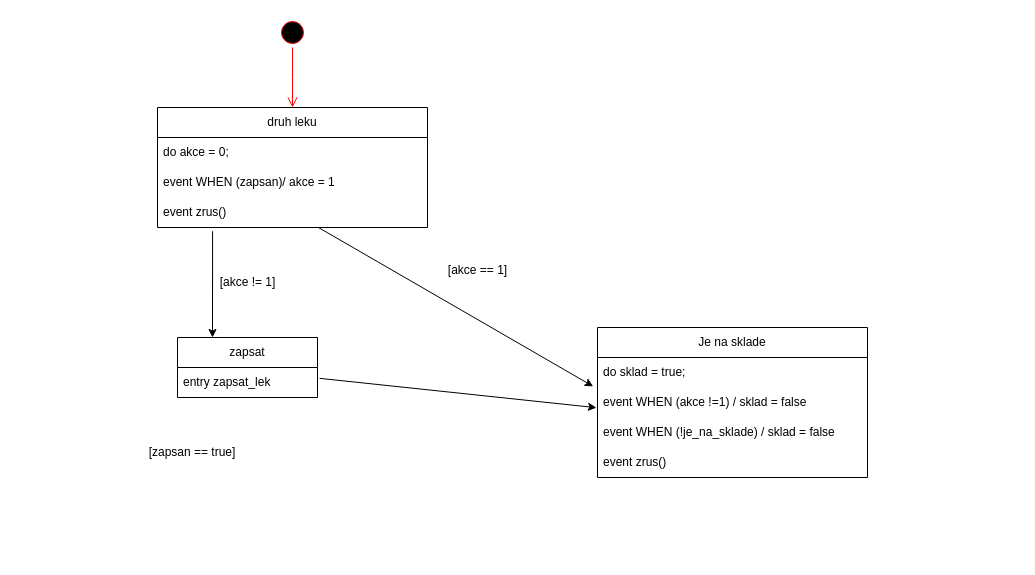
This is IUS projekt stavovy diagram.drawio from tada66/IUS-projekt, a draw.io file, before an edit. Source tidied: cells renumbered, new cells numbered last; positions are measured from the earlier drawing's top-left corner, leaving out a move shared by most shapes. Both pictures are drawn from the tidied source at 100%, with x=0, y=0 at pixel (147, 17).
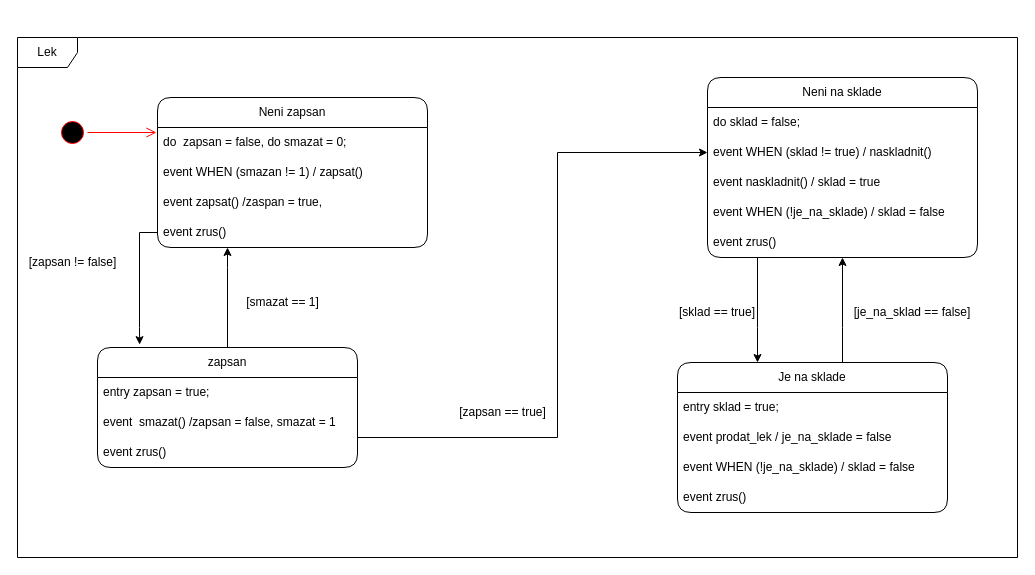
The same page after the edit.

Diff of the diagram source:
```diff
@@
+    <mxCell id="21" style="edgeStyle=orthogonalEdgeStyle;rounded=0;jettySize=auto;html=1;" parent="1" edge="1" source="2" target="28">
+      <mxGeometry relative="1" as="geometry">
+        <Array as="points">
+          <mxPoint x="695" y="310" />
+          <mxPoint x="695" y="310" />
+        </Array>
+      </mxGeometry>
+    </mxCell>
-    <mxCell id="2" value="Je na sklade" style="swimlane;fontStyle=0;horizontal=1;startSize=30;whiteSpace=wrap;html=1;" parent="1" vertex="1">
-      <mxGeometry x="450" y="310" width="270" height="150" as="geometry" />
+    <mxCell id="2" value="Je na sklade" style="swimlane;fontStyle=0;horizontal=1;startSize=30;whiteSpace=wrap;html=1;rounded=1;" parent="1" vertex="1">
+      <mxGeometry x="530" y="345" width="270" height="150" as="geometry" />
     </mxCell>
-    <mxCell id="3" value="do sklad = true;" style="text;strokeColor=none;fillColor=none;align=left;verticalAlign=middle;spacingLeft=4;spacingRight=4;overflow=hidden;whiteSpace=wrap;html=1;" parent="2" vertex="1">
+    <mxCell id="3" value="entry sklad = true;" style="text;strokeColor=none;fillColor=none;align=left;verticalAlign=middle;spacingLeft=4;spacingRight=4;overflow=hidden;whiteSpace=wrap;html=1;" parent="2" vertex="1">
       <mxGeometry y="30" width="270" height="30" as="geometry" />
     </mxCell>
-    <mxCell id="4" value="event WHEN (akce !=1) / sklad = false" style="text;strokeColor=none;fillColor=none;align=left;verticalAlign=middle;spacingLeft=4;spacingRight=4;overflow=hidden;points=[[0,0.5],[1,0.5]];portConstraint=eastwest;whiteSpace=wrap;html=1;" parent="2" vertex="1">
+    <mxCell id="4" value="event prodat_lek / je_na_sklade = false" style="text;strokeColor=none;fillColor=none;align=left;verticalAlign=middle;spacingLeft=4;spacingRight=4;overflow=hidden;points=[[0,0.5],[1,0.5]];portConstraint=eastwest;whiteSpace=wrap;html=1;" parent="2" vertex="1">
       <mxGeometry y="60" width="270" height="30" as="geometry" />
     </mxCell>
@@
+    <mxCell id="22" style="edgeStyle=orthogonalEdgeStyle;rounded=0;jettySize=auto;html=1;entryX=0;entryY=0.5;entryDx=0;entryDy=0;" parent="1" edge="1" source="7" target="30">
+      <mxGeometry relative="1" as="geometry">
+        <Array as="points">
+          <mxPoint x="410" y="420" />
+          <mxPoint x="410" y="135" />
+        </Array>
+      </mxGeometry>
+    </mxCell>
+    <mxCell id="23" style="edgeStyle=orthogonalEdgeStyle;rounded=0;jettySize=auto;html=1;" parent="1" edge="1" source="7" target="13">
+      <mxGeometry relative="1" as="geometry">
+        <Array as="points">
+          <mxPoint x="80" y="250" />
+          <mxPoint x="80" y="250" />
+        </Array>
+      </mxGeometry>
+    </mxCell>
-    <mxCell id="7" value="zapsat" style="swimlane;fontStyle=0;horizontal=1;startSize=30;whiteSpace=wrap;html=1;" parent="1" vertex="1">
-      <mxGeometry x="30" y="320" width="140" height="60" as="geometry" />
+    <mxCell id="7" value="zapsan" style="swimlane;fontStyle=0;horizontal=1;startSize=30;whiteSpace=wrap;html=1;rounded=1;" parent="1" vertex="1">
+      <mxGeometry x="-50" y="330" width="260" height="120" as="geometry" />
     </mxCell>
-    <mxCell id="8" value="entry zapsat_lek" style="text;strokeColor=none;fillColor=none;align=left;verticalAlign=middle;spacingLeft=4;spacingRight=4;overflow=hidden;points=[[0,0.5],[1,0.5]];portConstraint=eastwest;whiteSpace=wrap;html=1;" parent="7" vertex="1">
-      <mxGeometry y="30" width="140" height="30" as="geometry" />
+    <mxCell id="8" value="entry zapsan = true;" style="text;strokeColor=none;fillColor=none;align=left;verticalAlign=middle;spacingLeft=4;spacingRight=4;overflow=hidden;points=[[0,0.5],[1,0.5]];portConstraint=eastwest;whiteSpace=wrap;html=1;" parent="7" vertex="1">
+      <mxGeometry y="30" width="260" height="30" as="geometry" />
     </mxCell>
-    <mxCell id="9" value="[zapsan == true]" style="text;html=1;strokeColor=none;fillColor=none;align=center;verticalAlign=middle;whiteSpace=wrap;rounded=0;" parent="1" vertex="1">
-      <mxGeometry y="420" width="90" height="30" as="geometry" />
-    </mxCell>
+    <mxCell id="24" value="event&amp;nbsp; smazat() /zapsan = false, smazat = 1" style="text;strokeColor=none;fillColor=none;align=left;verticalAlign=middle;spacingLeft=4;spacingRight=4;overflow=hidden;whiteSpace=wrap;html=1;" parent="7" vertex="1">
+      <mxGeometry y="60" width="260" height="30" as="geometry" />
+    </mxCell>
+    <mxCell id="25" value="event zrus()" style="text;strokeColor=none;fillColor=none;align=left;verticalAlign=middle;spacingLeft=4;spacingRight=4;overflow=hidden;whiteSpace=wrap;html=1;" parent="7" vertex="1">
+      <mxGeometry y="90" width="260" height="30" as="geometry" />
+    </mxCell>
-    <mxCell id="10" value="druh leku" style="swimlane;fontStyle=0;horizontal=1;startSize=30;whiteSpace=wrap;html=1;" parent="1" vertex="1">
-      <mxGeometry x="10" y="90" width="270" height="120" as="geometry" />
+    <mxCell id="10" value="Neni zapsan" style="swimlane;fontStyle=0;horizontal=1;startSize=30;whiteSpace=wrap;html=1;rounded=1;" parent="1" vertex="1">
+      <mxGeometry x="10" y="80" width="270" height="150" as="geometry" />
     </mxCell>
-    <mxCell id="11" value="do akce = 0;" style="text;strokeColor=none;fillColor=none;align=left;verticalAlign=middle;spacingLeft=4;spacingRight=4;overflow=hidden;points=[[0,0.5],[1,0.5]];portConstraint=eastwest;whiteSpace=wrap;html=1;" parent="10" vertex="1">
+    <mxCell id="11" value="do&amp;nbsp; zapsan = false, do smazat = 0;" style="text;strokeColor=none;fillColor=none;align=left;verticalAlign=middle;spacingLeft=4;spacingRight=4;overflow=hidden;points=[[0,0.5],[1,0.5]];portConstraint=eastwest;whiteSpace=wrap;html=1;" parent="10" vertex="1">
       <mxGeometry y="30" width="270" height="30" as="geometry" />
     </mxCell>
-    <mxCell id="12" value="event WHEN (zapsan)/ akce = 1" style="text;strokeColor=none;fillColor=none;align=left;verticalAlign=middle;spacingLeft=4;spacingRight=4;overflow=hidden;whiteSpace=wrap;html=1;" parent="10" vertex="1">
+    <mxCell id="12" value="event WHEN (smazan != 1) / zapsat()" style="text;strokeColor=none;fillColor=none;align=left;verticalAlign=middle;spacingLeft=4;spacingRight=4;overflow=hidden;whiteSpace=wrap;html=1;" parent="10" vertex="1">
       <mxGeometry y="60" width="270" height="30" as="geometry" />
     </mxCell>
+    <mxCell id="26" value="event zapsat() /zaspan = true," style="text;strokeColor=none;fillColor=none;align=left;verticalAlign=middle;spacingLeft=4;spacingRight=4;overflow=hidden;whiteSpace=wrap;html=1;" parent="10" vertex="1">
+      <mxGeometry y="90" width="270" height="30" as="geometry" />
+    </mxCell>
     <mxCell id="13" value="event zrus()" style="text;strokeColor=none;fillColor=none;align=left;verticalAlign=middle;spacingLeft=4;spacingRight=4;overflow=hidden;points=[[0,0.5],[1,0.5]];portConstraint=eastwest;whiteSpace=wrap;html=1;" parent="10" vertex="1">
-      <mxGeometry y="90" width="270" height="30" as="geometry" />
+      <mxGeometry y="120" width="270" height="30" as="geometry" />
     </mxCell>
+    <mxCell id="15" value="[zapsan != false]" style="text;html=1;align=center;verticalAlign=middle;strokeColor=none;fillColor=none;" parent="1" vertex="1">
+      <mxGeometry x="-130" y="230" width="110" height="30" as="geometry" />
+    </mxCell>
+    <mxCell id="18" value="[zapsan == true]" style="text;html=1;align=center;verticalAlign=middle;strokeColor=none;fillColor=none;" parent="1" vertex="1">
+      <mxGeometry x="300" y="380" width="110" height="30" as="geometry" />
+    </mxCell>
+    <mxCell id="27" style="edgeStyle=orthogonalEdgeStyle;rounded=0;jettySize=auto;html=1;" parent="1" edge="1" source="28" target="2">
+      <mxGeometry relative="1" as="geometry">
+        <Array as="points">
+          <mxPoint x="610" y="310" />
+          <mxPoint x="610" y="310" />
+        </Array>
+      </mxGeometry>
+    </mxCell>
+    <mxCell id="28" value="Neni na sklade" style="swimlane;fontStyle=0;horizontal=1;startSize=30;whiteSpace=wrap;html=1;rounded=1;" parent="1" vertex="1">
+      <mxGeometry x="560" y="60" width="270" height="180" as="geometry" />
+    </mxCell>
+    <mxCell id="29" value="do sklad = false;" style="text;strokeColor=none;fillColor=none;align=left;verticalAlign=middle;spacingLeft=4;spacingRight=4;overflow=hidden;whiteSpace=wrap;html=1;" parent="28" vertex="1">
+      <mxGeometry y="30" width="270" height="30" as="geometry" />
+    </mxCell>
+    <mxCell id="30" value="event WHEN (sklad != true) / naskladnit()" style="text;strokeColor=none;fillColor=none;align=left;verticalAlign=middle;spacingLeft=4;spacingRight=4;overflow=hidden;points=[[0,0.5],[1,0.5]];portConstraint=eastwest;whiteSpace=wrap;html=1;" parent="28" vertex="1">
+      <mxGeometry y="60" width="270" height="30" as="geometry" />
+    </mxCell>
+    <mxCell id="31" value="event naskladnit() / sklad = true" style="text;strokeColor=none;fillColor=none;align=left;verticalAlign=middle;spacingLeft=4;spacingRight=4;overflow=hidden;whiteSpace=wrap;html=1;" parent="28" vertex="1">
+      <mxGeometry y="90" width="270" height="30" as="geometry" />
+    </mxCell>
+    <mxCell id="32" value="event WHEN (!je_na_sklade) / sklad = false" style="text;strokeColor=none;fillColor=none;align=left;verticalAlign=middle;spacingLeft=4;spacingRight=4;overflow=hidden;whiteSpace=wrap;html=1;" parent="28" vertex="1">
+      <mxGeometry y="120" width="270" height="30" as="geometry" />
+    </mxCell>
+    <mxCell id="33" value="event zrus()" style="text;strokeColor=none;fillColor=none;align=left;verticalAlign=middle;spacingLeft=4;spacingRight=4;overflow=hidden;whiteSpace=wrap;html=1;" parent="28" vertex="1">
+      <mxGeometry y="150" width="270" height="30" as="geometry" />
+    </mxCell>
-    <mxCell id="14" style="endArrow=classic;html=1;rounded=0;exitX=0.204;exitY=1.125;exitDx=0;exitDy=0;exitPerimeter=0;entryX=0.25;entryY=0;entryDx=0;entryDy=0;" parent="1" edge="1" source="13" target="7">
-      <mxGeometry relative="1" as="geometry" />
+    <mxCell id="14" style="edgeStyle=orthogonalEdgeStyle;rounded=0;jettySize=auto;html=1;entryX=0.162;entryY=-0.024;entryDx=0;entryDy=0;entryPerimeter=0;" parent="1" edge="1" source="13" target="7">
+      <mxGeometry relative="1" as="geometry">
+        <Array as="points">
+          <mxPoint x="-8" y="215" />
+          <mxPoint x="-8" y="310" />
+        </Array>
+      </mxGeometry>
     </mxCell>
-    <mxCell id="15" value="[akce != 1]" style="text;html=1;align=center;verticalAlign=middle;strokeColor=none;fillColor=none;" parent="1" vertex="1">
-      <mxGeometry x="60" y="250" width="80" height="30" as="geometry" />
-    </mxCell>
-    <mxCell id="16" style="endArrow=classic;html=1;rounded=0;exitX=1.015;exitY=0.361;exitDx=0;exitDy=0;exitPerimeter=0;entryX=-0.004;entryY=0.673;entryDx=0;entryDy=0;entryPerimeter=0;" parent="1" edge="1" source="8" target="4">
-      <mxGeometry relative="1" as="geometry" />
-    </mxCell>
-    <mxCell id="17" style="endArrow=classic;html=1;rounded=0;entryX=-0.016;entryY=-0.037;entryDx=0;entryDy=0;entryPerimeter=0;" parent="1" edge="1" source="13" target="4">
-      <mxGeometry relative="1" as="geometry" />
-    </mxCell>
-    <mxCell id="18" value="[akce == 1]" style="text;html=1;align=center;verticalAlign=middle;strokeColor=none;fillColor=none;" parent="1" vertex="1">
-      <mxGeometry x="290" y="238" width="80" height="30" as="geometry" />
-    </mxCell>
-    <mxCell id="19" style="ellipse;html=1;shape=startState;fillColor=#000000;strokeColor=#ff0000;" parent="1" vertex="1">
-      <mxGeometry x="130" width="30" height="30" as="geometry" />
-    </mxCell>
-    <mxCell id="20" style="edgeStyle=orthogonalEdgeStyle;html=1;verticalAlign=bottom;endArrow=open;endSize=8;strokeColor=#ff0000;rounded=0;" parent="1" edge="1" source="19">
-      <mxGeometry relative="1" as="geometry">
-        <mxPoint x="145" y="90" as="targetPoint" />
-      </mxGeometry>
-    </mxCell>
+    <mxCell id="34" value="[smazat == 1]" style="text;html=1;align=center;verticalAlign=middle;strokeColor=none;fillColor=none;" parent="1" vertex="1">
+      <mxGeometry x="85" y="270" width="100" height="30" as="geometry" />
+    </mxCell>
+    <mxCell id="35" value="[sklad == true]" style="text;html=1;strokeColor=none;fillColor=none;align=center;verticalAlign=middle;whiteSpace=wrap;rounded=0;" parent="1" vertex="1">
+      <mxGeometry x="530" y="280" width="80" height="30" as="geometry" />
+    </mxCell>
+    <mxCell id="36" value="[je_na_sklad == false]" style="text;html=1;strokeColor=none;fillColor=none;align=center;verticalAlign=middle;whiteSpace=wrap;rounded=0;" parent="1" vertex="1">
+      <mxGeometry x="700" y="280" width="130" height="30" as="geometry" />
+    </mxCell>
+    <mxCell id="37" value="Lek" style="shape=umlFrame;whiteSpace=wrap;html=1;" parent="1" vertex="1">
+      <mxGeometry x="-130" y="20" width="1000" height="520" as="geometry" />
+    </mxCell>
+    <mxCell id="38" style="ellipse;html=1;shape=startState;fillColor=#000000;strokeColor=#ff0000;" parent="1" vertex="1">
+      <mxGeometry x="-90" y="100" width="30" height="30" as="geometry" />
+    </mxCell>
+    <mxCell id="39" style="edgeStyle=orthogonalEdgeStyle;html=1;verticalAlign=bottom;endArrow=open;endSize=8;strokeColor=#ff0000;rounded=0;entryX=-0.004;entryY=0.167;entryDx=0;entryDy=0;entryPerimeter=0;" parent="1" edge="1" source="38" target="11">
+      <mxGeometry relative="1" as="geometry" />
+    </mxCell>
```
